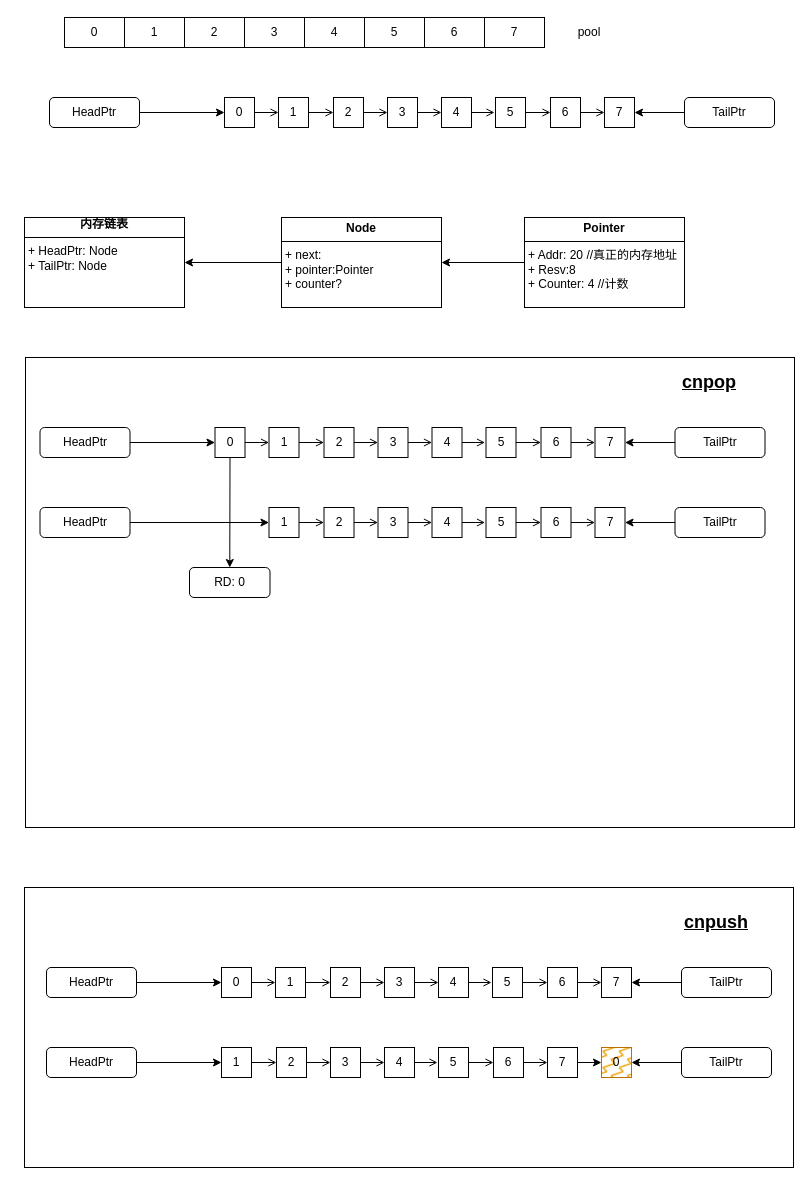
Before: page "内存链表" (2 of 4) of qtv2.drawio in joliet0l/Diagram, a draw.io diagram. Source tidied: cells renumbered, new cells numbered last; positions are measured from the earlier drawing's top-left corner, leaving out a move shared by most shapes. Both pictures are drawn from the tidied source at 100%, with x=0, y=0 at pixel (24, 17).
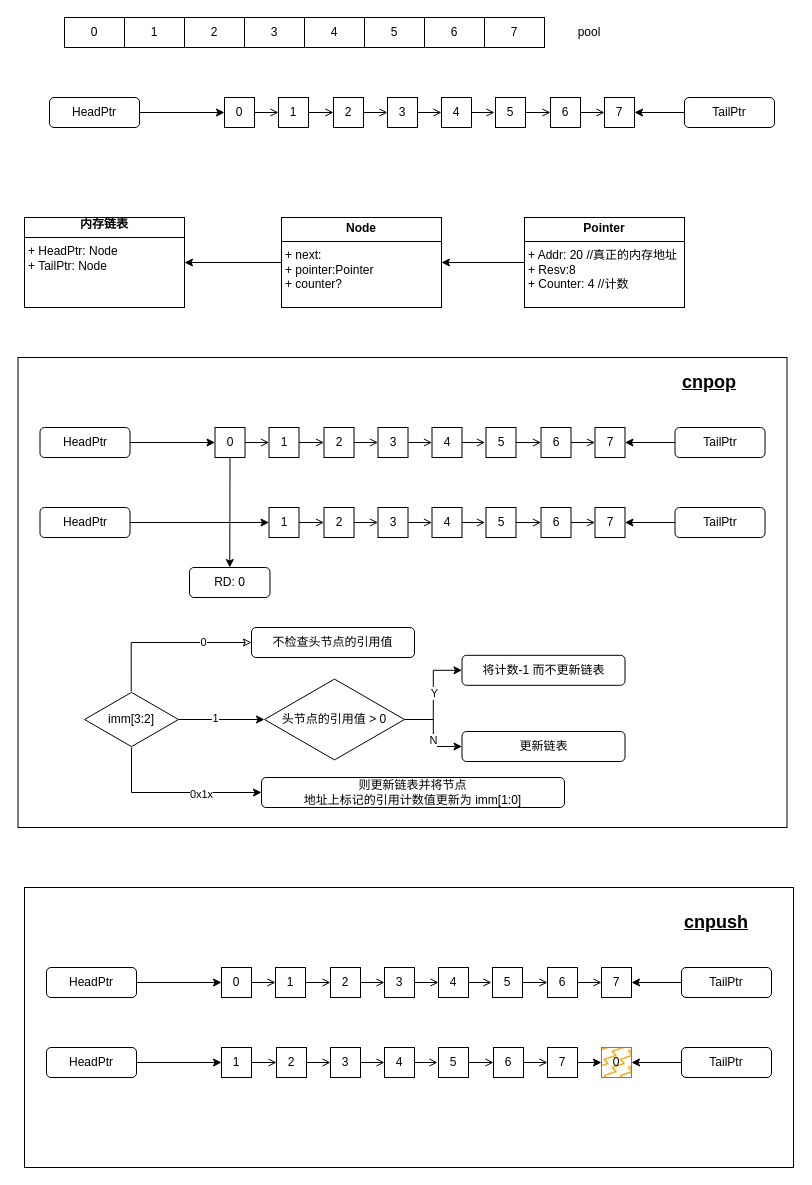
The same diagram, later.

The edit, as a diff of the source:
```diff
@@
     <mxCell id="2" style="rounded=0;whiteSpace=wrap;html=1;fillColor=none;" parent="1" vertex="1">
-      <mxGeometry x="1" y="340" width="769" height="470" as="geometry" />
+      <mxGeometry x="-6.5" y="340" width="769" height="470" as="geometry" />
     </mxCell>
@@
+    <mxCell id="117" style="edgeStyle=orthogonalEdgeStyle;rounded=0;jettySize=auto;html=1;" parent="1" edge="1" source="121" target="127">
+      <mxGeometry relative="1" as="geometry" />
+    </mxCell>
+    <mxCell id="118" value="1" style="edgeLabel;html=1;align=center;verticalAlign=middle;" parent="117" vertex="1">
+      <mxGeometry x="-0.16" y="2" relative="1" as="geometry" />
+    </mxCell>
+    <mxCell id="119" style="edgeStyle=orthogonalEdgeStyle;rounded=0;jettySize=auto;html=1;entryX=0;entryY=0.5;entryDx=0;entryDy=0;exitX=0.5;exitY=0.996;exitDx=0;exitDy=0;exitPerimeter=0;" parent="1" edge="1" source="121" target="132">
+      <mxGeometry relative="1" as="geometry" />
+    </mxCell>
+    <mxCell id="120" value="0x1x" style="edgeLabel;html=1;align=center;verticalAlign=middle;" parent="119" vertex="1">
+      <mxGeometry x="0.31" y="-1" relative="1" as="geometry" />
+    </mxCell>
+    <mxCell id="121" value="imm[3:2]" style="html=1;whiteSpace=wrap;shape=isoRectangle;" parent="1" vertex="1">
+      <mxGeometry x="60" y="673.8" width="94" height="56.4" as="geometry" />
+    </mxCell>
+    <mxCell id="122" value="不检查头节点的引用值" style="rounded=1;whiteSpace=wrap;html=1;" parent="1" vertex="1">
+      <mxGeometry x="227" y="610" width="163" height="30" as="geometry" />
+    </mxCell>
+    <mxCell id="123" style="edgeStyle=orthogonalEdgeStyle;rounded=0;jettySize=auto;html=1;" parent="1" edge="1" source="127" target="128">
+      <mxGeometry relative="1" as="geometry" />
+    </mxCell>
+    <mxCell id="124" value="&lt;div&gt;Y&lt;/div&gt;" style="edgeLabel;html=1;align=center;verticalAlign=middle;" parent="123" vertex="1">
+      <mxGeometry x="0.04" y="-1" relative="1" as="geometry" />
+    </mxCell>
+    <mxCell id="125" style="edgeStyle=orthogonalEdgeStyle;rounded=0;jettySize=auto;html=1;" parent="1" edge="1" source="127" target="131">
+      <mxGeometry relative="1" as="geometry" />
+    </mxCell>
+    <mxCell id="126" value="&lt;div&gt;N&lt;/div&gt;" style="edgeLabel;html=1;align=center;verticalAlign=middle;" parent="125" vertex="1">
+      <mxGeometry x="0.16" relative="1" as="geometry" />
+    </mxCell>
+    <mxCell id="127" value="头节点的引用值 &amp;gt; 0" style="html=1;whiteSpace=wrap;shape=isoRectangle;" parent="1" vertex="1">
+      <mxGeometry x="240" y="660" width="140" height="84" as="geometry" />
+    </mxCell>
+    <mxCell id="128" value="将计数-1 而不更新链表" style="rounded=1;whiteSpace=wrap;html=1;" parent="1" vertex="1">
+      <mxGeometry x="437.5" y="637.8" width="163" height="30" as="geometry" />
+    </mxCell>
+    <mxCell id="129" style="edgeStyle=orthogonalEdgeStyle;rounded=0;jettySize=auto;html=1;exitX=0;exitY=0.5;exitDx=0;exitDy=0;startArrow=classic;startFill=0;endArrow=none;entryX=0.497;entryY=0.001;entryDx=0;entryDy=0;entryPerimeter=0;" parent="1" edge="1" source="122" target="121">
+      <mxGeometry relative="1" as="geometry" />
+    </mxCell>
+    <mxCell id="130" value="0" style="edgeLabel;html=1;align=center;verticalAlign=middle;" parent="129" vertex="1">
+      <mxGeometry x="-0.42" y="-1" relative="1" as="geometry" />
+    </mxCell>
+    <mxCell id="131" value="更新链表" style="rounded=1;whiteSpace=wrap;html=1;" parent="1" vertex="1">
+      <mxGeometry x="437.5" y="714" width="163" height="30" as="geometry" />
+    </mxCell>
+    <mxCell id="132" value="则更新链表并将节点&lt;br&gt;地址上标记的引用计数值更新为 imm[1:0]" style="rounded=1;whiteSpace=wrap;html=1;" parent="1" vertex="1">
+      <mxGeometry x="237" y="760" width="303" height="30" as="geometry" />
+    </mxCell>
```
